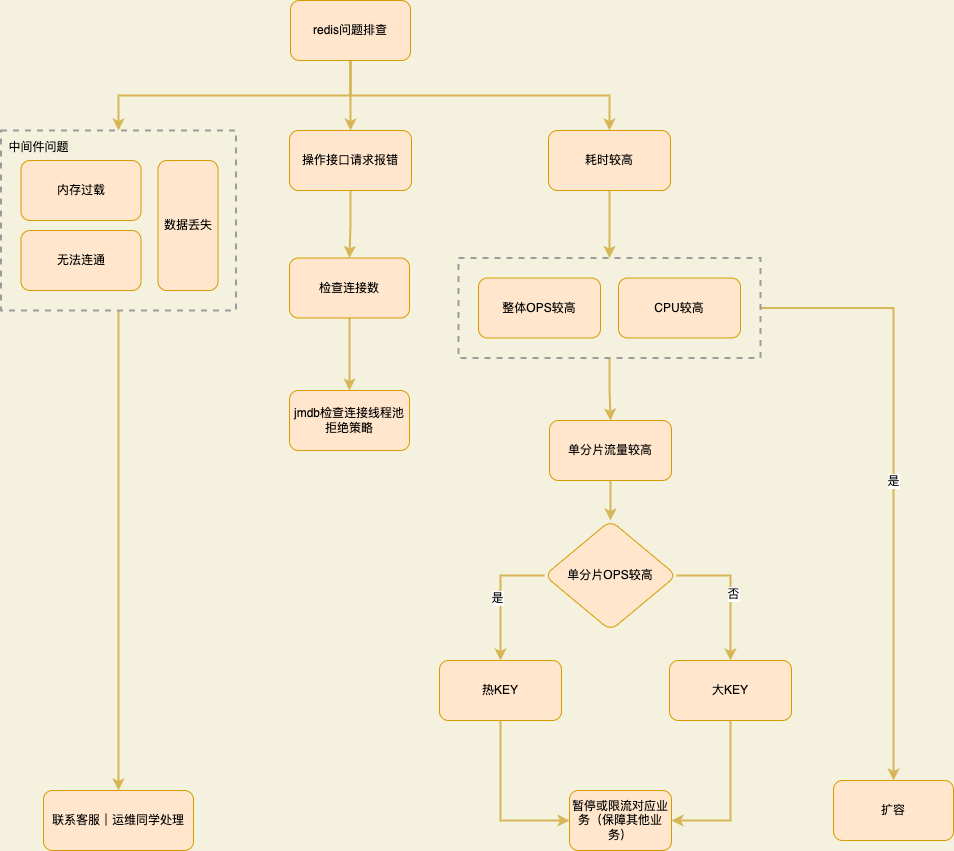
Above: redis问题排查.png in 845642761/diagram (draw.io), before the change. Source tidied: cells renumbered, new cells last; positions are measured from the earlier drawing's top-left corner, leaving out a move shared by most shapes. Source of this version:
```xml
<mxGraphModel background="#F4F1DE">
  <root>
    <mxCell id="0" />
    <mxCell id="1" parent="0" />
    <mxCell id="2" style="edgeStyle=orthogonalEdgeStyle;rounded=0;jettySize=auto;html=1;strokeWidth=2;strokeColor=#d6b656;fillColor=#fff2cc;exitX=0.5;exitY=1;exitDx=0;exitDy=0;" parent="1" edge="1" source="5" target="9">
      <mxGeometry relative="1" as="geometry" />
    </mxCell>
    <mxCell id="3" style="edgeStyle=orthogonalEdgeStyle;curved=0;rounded=0;sketch=0;jettySize=auto;html=1;fontColor=default;strokeColor=#d6b656;strokeWidth=2;fillColor=#fff2cc;exitX=0.5;exitY=1;exitDx=0;exitDy=0;" parent="1" edge="1" source="5" target="32">
      <mxGeometry relative="1" as="geometry" />
    </mxCell>
    <mxCell id="4" style="edgeStyle=orthogonalEdgeStyle;curved=0;rounded=0;sketch=0;jettySize=auto;html=1;entryX=0.5;entryY=0;entryDx=0;entryDy=0;fontColor=default;strokeColor=#d6b656;strokeWidth=2;fillColor=#fff2cc;exitX=0.5;exitY=1;exitDx=0;exitDy=0;" parent="1" edge="1" source="5" target="7">
      <mxGeometry relative="1" as="geometry" />
    </mxCell>
    <mxCell id="5" value="redis问题排查" style="whiteSpace=wrap;html=1;fillColor=#ffe6cc;strokeColor=#d79b00;rounded=1;sketch=0;" parent="1" vertex="1">
      <mxGeometry x="289" width="120" height="60" as="geometry" />
    </mxCell>
    <mxCell id="6" style="edgeStyle=orthogonalEdgeStyle;rounded=0;jettySize=auto;html=1;entryX=0.5;entryY=0;entryDx=0;entryDy=0;strokeWidth=2;strokeColor=#d6b656;fillColor=#fff2cc;" parent="1" edge="1" source="7" target="39">
      <mxGeometry relative="1" as="geometry" />
    </mxCell>
    <mxCell id="7" value="耗时较高" style="whiteSpace=wrap;html=1;fillColor=#ffe6cc;strokeColor=#d79b00;rounded=1;sketch=0;" parent="1" vertex="1">
      <mxGeometry x="547" y="130" width="122" height="60" as="geometry" />
    </mxCell>
    <mxCell id="8" style="edgeStyle=orthogonalEdgeStyle;rounded=0;jettySize=auto;html=1;strokeWidth=2;strokeColor=#d6b656;fillColor=#fff2cc;" parent="1" edge="1" source="9" target="11">
      <mxGeometry relative="1" as="geometry" />
    </mxCell>
    <mxCell id="9" value="操作接口请求报错" style="whiteSpace=wrap;html=1;fillColor=#ffe6cc;strokeColor=#d79b00;rounded=1;sketch=0;" parent="1" vertex="1">
      <mxGeometry x="288" y="130" width="122" height="60" as="geometry" />
    </mxCell>
    <mxCell id="10" style="edgeStyle=orthogonalEdgeStyle;rounded=0;jettySize=auto;html=1;strokeWidth=2;strokeColor=#d6b656;fillColor=#fff2cc;exitX=0.5;exitY=1;exitDx=0;exitDy=0;entryX=0.5;entryY=0;entryDx=0;entryDy=0;" parent="1" edge="1" source="11" target="17">
      <mxGeometry relative="1" as="geometry" />
    </mxCell>
    <mxCell id="11" value="检查连接数" style="whiteSpace=wrap;html=1;fillColor=#ffe6cc;strokeColor=#d79b00;rounded=1;sketch=0;" parent="1" vertex="1">
      <mxGeometry x="288" y="257.5" width="120" height="60" as="geometry" />
    </mxCell>
    <mxCell id="12" style="edgeStyle=orthogonalEdgeStyle;rounded=0;jettySize=auto;html=1;entryX=0;entryY=0.5;entryDx=0;entryDy=0;strokeWidth=2;exitX=0.5;exitY=1;exitDx=0;exitDy=0;strokeColor=#d6b656;fillColor=#fff2cc;" parent="1" edge="1" target="14">
      <mxGeometry relative="1" as="geometry">
        <mxPoint x="499" y="720" as="sourcePoint" />
        <Array as="points">
          <mxPoint x="499" y="820" />
        </Array>
      </mxGeometry>
    </mxCell>
    <mxCell id="13" value="热KEY" style="whiteSpace=wrap;html=1;fillColor=#ffe6cc;strokeColor=#d79b00;rounded=1;sketch=0;" parent="1" vertex="1">
      <mxGeometry x="438" y="660" width="122" height="60" as="geometry" />
    </mxCell>
    <mxCell id="14" value="暂停或限流对应业务（保障其他业务）" style="whiteSpace=wrap;html=1;fillColor=#ffe6cc;strokeColor=#d79b00;rounded=1;sketch=0;" parent="1" vertex="1">
      <mxGeometry x="568" y="790" width="102" height="60" as="geometry" />
    </mxCell>
    <mxCell id="15" style="edgeStyle=orthogonalEdgeStyle;rounded=0;jettySize=auto;html=1;entryX=1;entryY=0.5;entryDx=0;entryDy=0;strokeWidth=2;exitX=0.5;exitY=1;exitDx=0;exitDy=0;strokeColor=#d6b656;fillColor=#fff2cc;" parent="1" edge="1" source="16" target="14">
      <mxGeometry relative="1" as="geometry" />
    </mxCell>
    <mxCell id="16" value="大KEY" style="whiteSpace=wrap;html=1;fillColor=#ffe6cc;strokeColor=#d79b00;rounded=1;sketch=0;" parent="1" vertex="1">
      <mxGeometry x="668" y="660" width="122" height="60" as="geometry" />
    </mxCell>
    <mxCell id="17" value="jmdb检查连接线程池拒绝策略" style="whiteSpace=wrap;html=1;fillColor=#ffe6cc;strokeColor=#d79b00;rounded=1;sketch=0;" parent="1" vertex="1">
      <mxGeometry x="288" y="390" width="120" height="60" as="geometry" />
    </mxCell>
    <mxCell id="18" value="扩容" style="whiteSpace=wrap;html=1;fillColor=#ffe6cc;strokeColor=#d79b00;rounded=1;sketch=0;" parent="1" vertex="1">
      <mxGeometry x="832" y="780" width="120" height="60" as="geometry" />
    </mxCell>
    <mxCell id="19" style="edgeStyle=orthogonalEdgeStyle;rounded=0;jettySize=auto;html=1;entryX=0.5;entryY=0;entryDx=0;entryDy=0;strokeWidth=2;strokeColor=#d6b656;fillColor=#fff2cc;" parent="1" edge="1" source="20" target="28">
      <mxGeometry relative="1" as="geometry" />
    </mxCell>
    <mxCell id="20" value="单分片流量较高" style="whiteSpace=wrap;html=1;fillColor=#ffe6cc;strokeColor=#d79b00;rounded=1;sketch=0;" parent="1" vertex="1">
      <mxGeometry x="548" y="420" width="122" height="60" as="geometry" />
    </mxCell>
    <mxCell id="21" style="edgeStyle=orthogonalEdgeStyle;rounded=0;jettySize=auto;html=1;strokeWidth=2;entryX=0.5;entryY=0;entryDx=0;entryDy=0;strokeColor=#d6b656;fillColor=#fff2cc;exitX=1;exitY=0.5;exitDx=0;exitDy=0;" parent="1" edge="1" source="39" target="18">
      <mxGeometry relative="1" as="geometry" />
    </mxCell>
    <mxCell id="22" value="是" style="edgeLabel;html=1;align=center;verticalAlign=middle;" parent="21" vertex="1">
      <mxGeometry x="0.01" y="-1" relative="1" as="geometry">
        <mxPoint y="1" as="offset" />
      </mxGeometry>
    </mxCell>
    <mxCell id="23" style="edgeStyle=orthogonalEdgeStyle;rounded=0;jettySize=auto;html=1;fillColor=#fff2cc;strokeColor=#d6b656;strokeWidth=2;entryX=0.5;entryY=0;entryDx=0;entryDy=0;" parent="1" edge="1" source="39" target="20">
      <mxGeometry relative="1" as="geometry" />
    </mxCell>
    <mxCell id="24" style="edgeStyle=orthogonalEdgeStyle;rounded=0;jettySize=auto;html=1;entryX=0.5;entryY=0;entryDx=0;entryDy=0;strokeWidth=2;exitX=1;exitY=0.5;exitDx=0;exitDy=0;strokeColor=#d6b656;fillColor=#fff2cc;" parent="1" edge="1" source="28" target="16">
      <mxGeometry relative="1" as="geometry" />
    </mxCell>
    <mxCell id="25" value="否" style="edgeLabel;html=1;align=center;verticalAlign=middle;" parent="24" vertex="1">
      <mxGeometry x="0.04" y="2" relative="1" as="geometry" />
    </mxCell>
    <mxCell id="26" style="edgeStyle=orthogonalEdgeStyle;rounded=0;jettySize=auto;html=1;entryX=0.5;entryY=0;entryDx=0;entryDy=0;strokeWidth=2;strokeColor=#d6b656;fillColor=#fff2cc;exitX=0;exitY=0.5;exitDx=0;exitDy=0;" parent="1" edge="1" source="28">
      <mxGeometry relative="1" as="geometry">
        <mxPoint x="499" y="660" as="targetPoint" />
      </mxGeometry>
    </mxCell>
    <mxCell id="27" value="是" style="edgeLabel;html=1;align=center;verticalAlign=middle;" parent="26" vertex="1">
      <mxGeometry x="0.02" y="-4" relative="1" as="geometry" />
    </mxCell>
    <mxCell id="28" value="单分片OPS较高" style="rhombus;whiteSpace=wrap;html=1;fillColor=#ffe6cc;strokeColor=#d79b00;rounded=1;sketch=0;" parent="1" vertex="1">
      <mxGeometry x="543" y="520" width="132" height="110" as="geometry" />
    </mxCell>
    <mxCell id="29" value="联系客服｜运维同学处理" style="whiteSpace=wrap;html=1;fillColor=#ffe6cc;strokeColor=#d79b00;rounded=1;sketch=0;" parent="1" vertex="1">
      <mxGeometry x="42" y="790" width="150" height="60" as="geometry" />
    </mxCell>
    <mxCell id="30" style="edgeStyle=orthogonalEdgeStyle;rounded=0;jettySize=auto;html=1;strokeWidth=2;exitX=0.5;exitY=1;exitDx=0;exitDy=0;entryX=0.5;entryY=0;entryDx=0;entryDy=0;strokeColor=#d6b656;fillColor=#fff2cc;" parent="1" edge="1" source="32" target="29">
      <mxGeometry relative="1" as="geometry" />
    </mxCell>
    <mxCell id="31" style="group;strokeColor=none;" parent="1" vertex="1">
      <mxGeometry x="-0.5" y="130" width="235" height="180" as="geometry" />
    </mxCell>
    <mxCell id="32" style="rounded=0;whiteSpace=wrap;html=1;fillColor=none;dashed=1;strokeWidth=2;strokeColor=#9C9C9C;" parent="31" vertex="1">
      <mxGeometry width="235" height="180" as="geometry" />
    </mxCell>
    <mxCell id="33" style="group;" parent="31" vertex="1">
      <mxGeometry x="5" y="2" width="212" height="158" as="geometry" />
    </mxCell>
    <mxCell id="34" value="内存过载" style="whiteSpace=wrap;html=1;fillColor=#ffe6cc;strokeColor=#d79b00;rounded=1;sketch=0;" parent="33" vertex="1">
      <mxGeometry x="15" y="28" width="120" height="60" as="geometry" />
    </mxCell>
    <mxCell id="35" value="无法连通" style="whiteSpace=wrap;html=1;fillColor=#ffe6cc;strokeColor=#d79b00;rounded=1;sketch=0;" parent="33" vertex="1">
      <mxGeometry x="15" y="98" width="120" height="60" as="geometry" />
    </mxCell>
    <mxCell id="36" value="数据丢失" style="whiteSpace=wrap;html=1;fillColor=#ffe6cc;strokeColor=#d79b00;rounded=1;sketch=0;" parent="33" vertex="1">
      <mxGeometry x="152" y="28" width="60" height="130" as="geometry" />
    </mxCell>
    <mxCell id="37" value="中间件问题" style="text;html=1;strokeColor=none;fillColor=none;align=center;verticalAlign=middle;whiteSpace=wrap;rounded=0;dashed=1;" parent="33" vertex="1">
      <mxGeometry width="65" height="30" as="geometry" />
    </mxCell>
    <mxCell id="38" style="group;" parent="1" vertex="1">
      <mxGeometry x="457" y="257.5" width="302" height="100" as="geometry" />
    </mxCell>
    <mxCell id="39" style="rounded=0;whiteSpace=wrap;html=1;fillColor=none;dashed=1;strokeWidth=2;strokeColor=#9C9C9C;" parent="38" vertex="1">
      <mxGeometry width="302" height="100" as="geometry" />
    </mxCell>
    <mxCell id="40" value="&lt;span&gt;整体OPS较高&lt;/span&gt;" style="whiteSpace=wrap;html=1;fillColor=#ffe6cc;strokeColor=#d79b00;rounded=1;sketch=0;" parent="38" vertex="1">
      <mxGeometry x="20" y="20" width="122" height="60" as="geometry" />
    </mxCell>
    <mxCell id="41" value="CPU较高" style="whiteSpace=wrap;html=1;fillColor=#ffe6cc;strokeColor=#d79b00;rounded=1;sketch=0;" parent="38" vertex="1">
      <mxGeometry x="160" y="20" width="122" height="60" as="geometry" />
    </mxCell>
  </root>
</mxGraphModel>
```
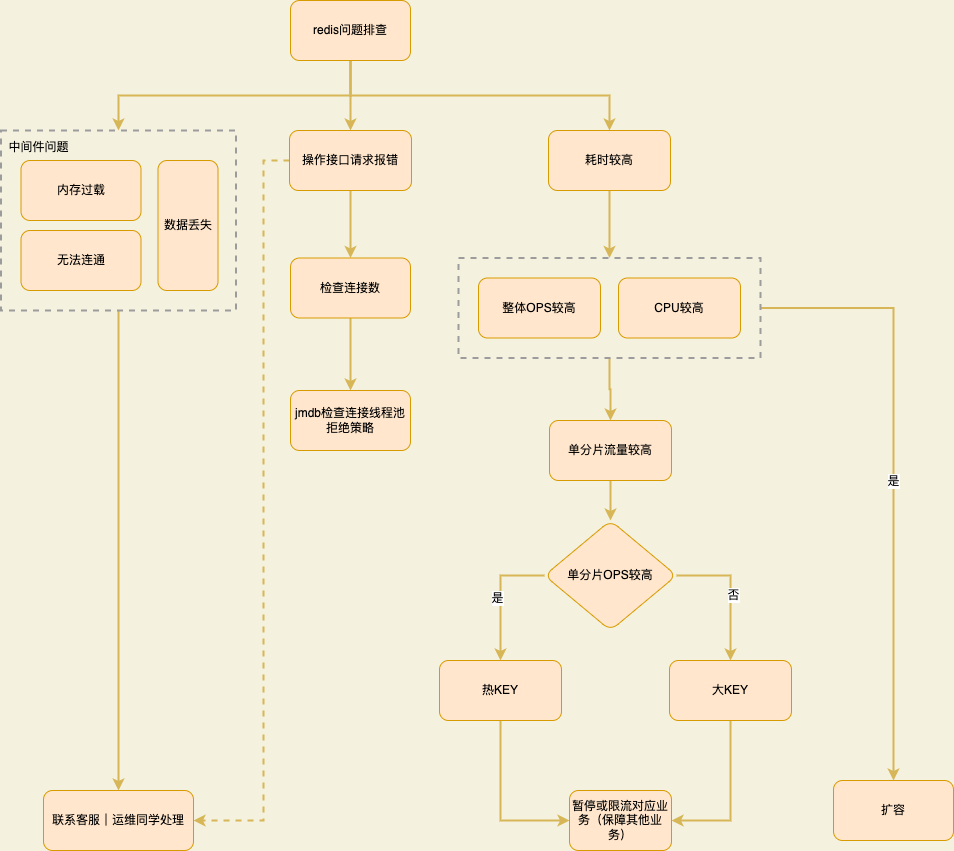
Above is the later version.

Commit message:
更新redis问题排查.png

The edit, as a diff of the source:
```diff
@@ -23,6 +23,14 @@
     <mxCell id="8" style="edgeStyle=orthogonalEdgeStyle;rounded=0;jettySize=auto;html=1;strokeWidth=2;strokeColor=#d6b656;fillColor=#fff2cc;" parent="1" edge="1" source="9" target="11">
       <mxGeometry relative="1" as="geometry" />
     </mxCell>
+    <mxCell id="42" style="edgeStyle=orthogonalEdgeStyle;rounded=0;jettySize=auto;html=1;entryX=1;entryY=0.5;entryDx=0;entryDy=0;strokeWidth=2;dashed=1;strokeColor=#d6b656;sketch=0;fillColor=#fff2cc;" parent="1" edge="1" source="9" target="29">
+      <mxGeometry relative="1" as="geometry">
+        <Array as="points">
+          <mxPoint x="262" y="160" />
+          <mxPoint x="262" y="820" />
+        </Array>
+      </mxGeometry>
+    </mxCell>
     <mxCell id="9" value="操作接口请求报错" style="whiteSpace=wrap;html=1;fillColor=#ffe6cc;strokeColor=#d79b00;rounded=1;sketch=0;" parent="1" vertex="1">
       <mxGeometry x="288" y="130" width="122" height="60" as="geometry" />
     </mxCell>
@@ -30,7 +38,7 @@
       <mxGeometry relative="1" as="geometry" />
     </mxCell>
     <mxCell id="11" value="检查连接数" style="whiteSpace=wrap;html=1;fillColor=#ffe6cc;strokeColor=#d79b00;rounded=1;sketch=0;" parent="1" vertex="1">
-      <mxGeometry x="288" y="257.5" width="120" height="60" as="geometry" />
+      <mxGeometry x="289" y="257.5" width="120" height="60" as="geometry" />
     </mxCell>
     <mxCell id="12" style="edgeStyle=orthogonalEdgeStyle;rounded=0;jettySize=auto;html=1;entryX=0;entryY=0.5;entryDx=0;entryDy=0;strokeWidth=2;exitX=0.5;exitY=1;exitDx=0;exitDy=0;strokeColor=#d6b656;fillColor=#fff2cc;" parent="1" edge="1" target="14">
       <mxGeometry relative="1" as="geometry">
@@ -53,7 +61,7 @@
       <mxGeometry x="668" y="660" width="122" height="60" as="geometry" />
     </mxCell>
     <mxCell id="17" value="jmdb检查连接线程池拒绝策略" style="whiteSpace=wrap;html=1;fillColor=#ffe6cc;strokeColor=#d79b00;rounded=1;sketch=0;" parent="1" vertex="1">
-      <mxGeometry x="288" y="390" width="120" height="60" as="geometry" />
+      <mxGeometry x="289" y="390" width="120" height="60" as="geometry" />
     </mxCell>
     <mxCell id="18" value="扩容" style="whiteSpace=wrap;html=1;fillColor=#ffe6cc;strokeColor=#d79b00;rounded=1;sketch=0;" parent="1" vertex="1">
       <mxGeometry x="832" y="780" width="120" height="60" as="geometry" />
```
